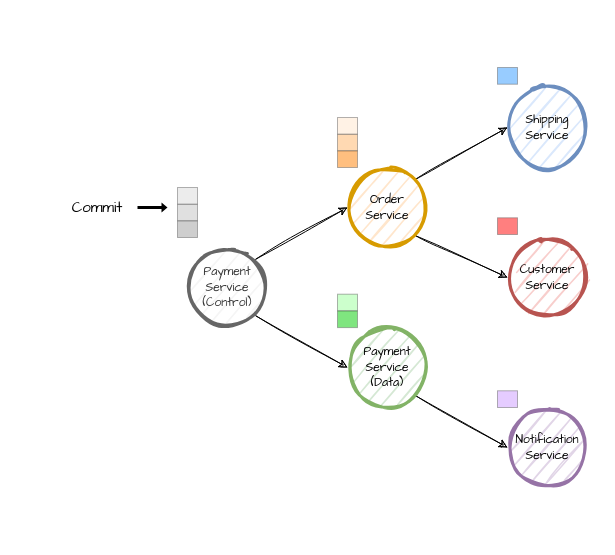
Above: page "tx-demo" (13 of 15) of img/diagram.drawio in ccchrunik/hierasaga (draw.io), before the change. Source tidied: cells renumbered, new cells numbered last; positions are measured from the earlier drawing's top-left corner, leaving out a move shared by most shapes. Both pictures are drawn from the tidied source at 100%, with x=0, y=0 at pixel (67, 67).
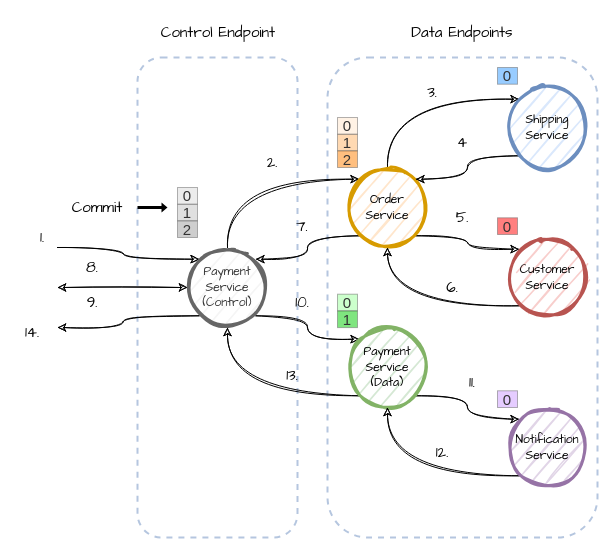
Above is the later version.

Unchanged cells that the change refers to:
```xml
<mxCell id="4" value="&lt;font face=&quot;Comic Sans MS&quot;&gt;Payment&lt;br&gt;Service&lt;br&gt;(Control)&lt;br&gt;&lt;/font&gt;" style="ellipse;whiteSpace=wrap;html=1;strokeWidth=3;fillColor=#f5f5f5;strokeColor=#666666;fontColor=#333333;sketch=1;" parent="1" vertex="1">
  <mxGeometry x="120" y="180" width="80" height="80" as="geometry" />
</mxCell>
<mxCell id="7" value="&lt;font face=&quot;Comic Sans MS&quot;&gt;Order&lt;br&gt;Service&lt;br&gt;&lt;/font&gt;" style="ellipse;whiteSpace=wrap;html=1;strokeWidth=3;fillColor=#ffe6cc;strokeColor=#d79b00;sketch=1;" parent="1" vertex="1">
  <mxGeometry x="280" y="100" width="80" height="80" as="geometry" />
</mxCell>
<mxCell id="9" value="&lt;font face=&quot;Comic Sans MS&quot;&gt;Payment&lt;br&gt;Service&lt;br&gt;(Data)&lt;br&gt;&lt;/font&gt;" style="ellipse;whiteSpace=wrap;html=1;strokeWidth=3;fillColor=#d5e8d4;strokeColor=#82b366;sketch=1;" parent="1" vertex="1">
  <mxGeometry x="280" y="260" width="80" height="80" as="geometry" />
</mxCell>
<mxCell id="10" value="&lt;font face=&quot;Comic Sans MS&quot;&gt;Shipping&lt;br&gt;Service&lt;br&gt;&lt;/font&gt;" style="ellipse;whiteSpace=wrap;html=1;strokeWidth=3;fillColor=#dae8fc;strokeColor=#6c8ebf;sketch=1;" parent="1" vertex="1">
  <mxGeometry x="440" y="20" width="80" height="80" as="geometry" />
</mxCell>
<mxCell id="11" value="&lt;font face=&quot;Comic Sans MS&quot;&gt;Customer&lt;br&gt;Service&lt;br&gt;&lt;/font&gt;" style="ellipse;whiteSpace=wrap;html=1;strokeWidth=3;fillColor=#f8cecc;strokeColor=#b85450;sketch=1;" parent="1" vertex="1">
  <mxGeometry x="440" y="170" width="80" height="80" as="geometry" />
</mxCell>
<mxCell id="12" value="&lt;font face=&quot;Comic Sans MS&quot;&gt;Notification&lt;br&gt;Service&lt;br&gt;&lt;/font&gt;" style="ellipse;whiteSpace=wrap;html=1;strokeWidth=3;fillColor=#e1d5e7;strokeColor=#9673a6;sketch=1;" parent="1" vertex="1">
  <mxGeometry x="440" y="340" width="80" height="80" as="geometry" />
</mxCell>
<mxCell id="13" style="group;sketch=0;" parent="1" vertex="1">
  <mxGeometry x="110" y="120" width="20" height="50" as="geometry" />
</mxCell>
<mxCell id="17" style="group;sketch=0;" parent="1" vertex="1">
  <mxGeometry x="270" y="50" width="20" height="50" as="geometry" />
</mxCell>
<mxCell id="23" style="group;" parent="1" vertex="1">
  <mxGeometry x="270" y="226.7" width="20" height="33.3" as="geometry" />
</mxCell>
```

Change to the diagram source:
```diff
@@
+    <mxCell id="29" style="rounded=1;whiteSpace=wrap;html=1;fillColor=none;strokeColor=#6c8ebf;sketch=0;opacity=50;strokeWidth=2;dashed=1;" parent="1" vertex="1">
+      <mxGeometry x="260" y="-10" width="270" height="480" as="geometry" />
+    </mxCell>
+    <mxCell id="30" style="rounded=1;whiteSpace=wrap;html=1;fillColor=none;strokeColor=#6c8ebf;sketch=0;opacity=50;strokeWidth=2;dashed=1;" parent="1" vertex="1">
+      <mxGeometry x="70" y="-10" width="160" height="480" as="geometry" />
+    </mxCell>
-    <mxCell id="2" style="edgeStyle=none;rounded=0;jettySize=auto;html=1;exitX=1;exitY=0;exitDx=0;exitDy=0;entryX=0;entryY=0.5;entryDx=0;entryDy=0;sketch=1;" parent="1" edge="1" source="4" target="7">
+    <mxCell id="2" style="edgeStyle=orthogonalEdgeStyle;curved=1;rounded=0;sketch=1;jettySize=auto;html=1;exitX=0.5;exitY=0;exitDx=0;exitDy=0;entryX=0;entryY=0;entryDx=0;entryDy=0;fontFamily=Comic Sans MS;fontSize=15;fontColor=none;endArrow=classic;endFill=1;" parent="1" edge="1" source="4" target="7">
       <mxGeometry relative="1" as="geometry" />
     </mxCell>
-    <mxCell id="3" style="edgeStyle=none;rounded=0;jettySize=auto;html=1;exitX=1;exitY=1;exitDx=0;exitDy=0;entryX=0;entryY=0.5;entryDx=0;entryDy=0;sketch=1;" parent="1" edge="1" source="4" target="9">
+    <mxCell id="3" style="edgeStyle=orthogonalEdgeStyle;curved=1;rounded=0;sketch=1;jettySize=auto;html=1;exitX=1;exitY=1;exitDx=0;exitDy=0;entryX=0;entryY=0;entryDx=0;entryDy=0;fontFamily=Comic Sans MS;fontSize=15;fontColor=none;endArrow=classic;endFill=1;" parent="1" edge="1" source="4" target="9">
       <mxGeometry relative="1" as="geometry" />
     </mxCell>
+    <mxCell id="31" style="edgeStyle=orthogonalEdgeStyle;curved=1;rounded=0;sketch=1;jettySize=auto;html=1;fontFamily=Comic Sans MS;fontSize=15;fontColor=none;endArrow=classic;endFill=1;entryX=0;entryY=0;entryDx=0;entryDy=0;" parent="1" edge="1" target="4">
+      <mxGeometry relative="1" as="geometry">
+        <mxPoint x="-10" y="180" as="sourcePoint" />
+      </mxGeometry>
+    </mxCell>
+    <mxCell id="32" style="edgeStyle=orthogonalEdgeStyle;curved=1;rounded=0;sketch=1;jettySize=auto;html=1;exitX=0;exitY=1;exitDx=0;exitDy=0;fontFamily=Comic Sans MS;fontSize=15;fontColor=none;endArrow=classic;endFill=1;entryX=0;entryY=1;entryDx=0;entryDy=0;" parent="1" edge="1" source="4">
+      <mxGeometry relative="1" as="geometry">
+        <mxPoint x="-10" y="260" as="targetPoint" />
+      </mxGeometry>
+    </mxCell>
+    <mxCell id="33" style="edgeStyle=orthogonalEdgeStyle;curved=1;rounded=0;sketch=1;jettySize=auto;html=1;exitX=0;exitY=0.5;exitDx=0;exitDy=0;fontFamily=Comic Sans MS;fontSize=15;fontColor=none;endArrow=classic;endFill=1;startArrow=classic;startFill=1;" parent="1" edge="1" source="4">
+      <mxGeometry relative="1" as="geometry">
+        <mxPoint x="-10" y="220" as="targetPoint" />
+      </mxGeometry>
+    </mxCell>
@@
-    <mxCell id="5" style="edgeStyle=none;rounded=0;jettySize=auto;html=1;exitX=1;exitY=0;exitDx=0;exitDy=0;entryX=0;entryY=0.5;entryDx=0;entryDy=0;sketch=1;" parent="1" edge="1" source="7" target="10">
+    <mxCell id="5" style="edgeStyle=orthogonalEdgeStyle;curved=1;rounded=0;sketch=1;jettySize=auto;html=1;exitX=0.5;exitY=0;exitDx=0;exitDy=0;entryX=0;entryY=0;entryDx=0;entryDy=0;fontFamily=Comic Sans MS;fontSize=15;fontColor=none;endArrow=classic;endFill=1;" parent="1" edge="1" source="7" target="10">
       <mxGeometry relative="1" as="geometry" />
     </mxCell>
-    <mxCell id="6" style="edgeStyle=none;rounded=0;jettySize=auto;html=1;exitX=1;exitY=1;exitDx=0;exitDy=0;entryX=0;entryY=0.5;entryDx=0;entryDy=0;sketch=1;" parent="1" edge="1" source="7" target="11">
+    <mxCell id="6" style="edgeStyle=orthogonalEdgeStyle;curved=1;rounded=0;sketch=1;jettySize=auto;html=1;exitX=1;exitY=1;exitDx=0;exitDy=0;entryX=0;entryY=0;entryDx=0;entryDy=0;fontFamily=Comic Sans MS;fontSize=15;fontColor=none;endArrow=classic;endFill=1;" parent="1" edge="1" source="7" target="11">
       <mxGeometry relative="1" as="geometry" />
     </mxCell>
+    <mxCell id="34" style="edgeStyle=orthogonalEdgeStyle;curved=1;rounded=0;sketch=1;jettySize=auto;html=1;exitX=0;exitY=1;exitDx=0;exitDy=0;entryX=1;entryY=0;entryDx=0;entryDy=0;fontFamily=Comic Sans MS;fontSize=15;fontColor=none;endArrow=classic;endFill=1;" parent="1" edge="1" source="7" target="4">
+      <mxGeometry relative="1" as="geometry" />
+    </mxCell>
@@
-    <mxCell id="8" style="edgeStyle=none;rounded=0;jettySize=auto;html=1;exitX=1;exitY=1;exitDx=0;exitDy=0;entryX=0;entryY=0.5;entryDx=0;entryDy=0;sketch=1;" parent="1" edge="1" source="9" target="12">
+    <mxCell id="8" style="edgeStyle=orthogonalEdgeStyle;curved=1;rounded=0;sketch=1;jettySize=auto;html=1;exitX=1;exitY=1;exitDx=0;exitDy=0;entryX=0;entryY=0;entryDx=0;entryDy=0;fontFamily=Comic Sans MS;fontSize=15;fontColor=none;endArrow=classic;endFill=1;" parent="1" edge="1" source="9" target="12">
       <mxGeometry relative="1" as="geometry" />
     </mxCell>
+    <mxCell id="35" style="edgeStyle=orthogonalEdgeStyle;curved=1;rounded=0;sketch=1;jettySize=auto;html=1;exitX=0;exitY=1;exitDx=0;exitDy=0;entryX=0.5;entryY=1;entryDx=0;entryDy=0;fontFamily=Comic Sans MS;fontSize=15;fontColor=none;endArrow=classic;endFill=1;" parent="1" edge="1" source="9" target="4">
+      <mxGeometry relative="1" as="geometry" />
+    </mxCell>
@@
+    <mxCell id="36" style="edgeStyle=orthogonalEdgeStyle;curved=1;rounded=0;sketch=1;jettySize=auto;html=1;exitX=0;exitY=1;exitDx=0;exitDy=0;entryX=1;entryY=0;entryDx=0;entryDy=0;fontFamily=Comic Sans MS;fontSize=15;fontColor=none;endArrow=classic;endFill=1;" parent="1" edge="1" source="10" target="7">
+      <mxGeometry relative="1" as="geometry" />
+    </mxCell>
@@
+    <mxCell id="37" style="edgeStyle=orthogonalEdgeStyle;curved=1;rounded=0;sketch=1;jettySize=auto;html=1;exitX=0;exitY=1;exitDx=0;exitDy=0;entryX=0.5;entryY=1;entryDx=0;entryDy=0;fontFamily=Comic Sans MS;fontSize=15;fontColor=none;endArrow=classic;endFill=1;" parent="1" edge="1" source="11" target="7">
+      <mxGeometry relative="1" as="geometry" />
+    </mxCell>
@@
+    <mxCell id="38" style="edgeStyle=orthogonalEdgeStyle;curved=1;rounded=0;sketch=1;jettySize=auto;html=1;exitX=0;exitY=1;exitDx=0;exitDy=0;entryX=0.5;entryY=1;entryDx=0;entryDy=0;fontFamily=Comic Sans MS;fontSize=15;fontColor=none;endArrow=classic;endFill=1;" parent="1" edge="1" source="12" target="9">
+      <mxGeometry relative="1" as="geometry" />
+    </mxCell>
@@
-    <mxCell id="14" style="rounded=0;whiteSpace=wrap;html=1;sketch=0;fontSize=15;strokeColor=#666666;fillColor=#C2C2C2;opacity=50;fontColor=#333333;" parent="13" vertex="1">
+    <mxCell id="14" value="1" style="rounded=0;whiteSpace=wrap;html=1;sketch=0;fontSize=15;strokeColor=#666666;fillColor=#C2C2C2;opacity=50;fontColor=#333333;" parent="13" vertex="1">
       <mxGeometry y="16.7" width="20" height="16.7" as="geometry" />
     </mxCell>
-    <mxCell id="15" style="rounded=0;whiteSpace=wrap;html=1;sketch=0;fontSize=15;strokeColor=#666666;fillColor=#D9D9D9;opacity=50;fontColor=#333333;" parent="13" vertex="1">
+    <mxCell id="15" value="0" style="rounded=0;whiteSpace=wrap;html=1;sketch=0;fontSize=15;strokeColor=#666666;fillColor=#D9D9D9;opacity=50;fontColor=#333333;" parent="13" vertex="1">
       <mxGeometry width="20" height="16.7" as="geometry" />
     </mxCell>
-    <mxCell id="16" style="rounded=0;whiteSpace=wrap;html=1;sketch=0;fontSize=15;strokeColor=#666666;fillColor=#9E9E9E;opacity=50;fontColor=#333333;" parent="13" vertex="1">
+    <mxCell id="16" value="2" style="rounded=0;whiteSpace=wrap;html=1;sketch=0;fontSize=15;strokeColor=#666666;fillColor=#9E9E9E;opacity=50;fontColor=#333333;" parent="13" vertex="1">
       <mxGeometry y="33.3" width="20" height="16.7" as="geometry" />
     </mxCell>
@@
-    <mxCell id="18" style="rounded=0;whiteSpace=wrap;html=1;sketch=0;fontSize=15;strokeColor=#666666;fillColor=#FFB366;opacity=50;fontColor=#333333;" parent="17" vertex="1">
+    <mxCell id="18" value="1" style="rounded=0;whiteSpace=wrap;html=1;sketch=0;fontSize=15;strokeColor=#666666;fillColor=#FFB366;opacity=50;fontColor=#333333;" parent="17" vertex="1">
       <mxGeometry y="16.7" width="20" height="16.7" as="geometry" />
     </mxCell>
-    <mxCell id="19" style="rounded=0;whiteSpace=wrap;html=1;sketch=0;fontSize=15;strokeColor=#666666;fillColor=#FFE6CC;opacity=50;fontColor=#333333;" parent="17" vertex="1">
+    <mxCell id="19" value="0" style="rounded=0;whiteSpace=wrap;html=1;sketch=0;fontSize=15;strokeColor=#666666;fillColor=#FFE6CC;opacity=50;fontColor=#333333;" parent="17" vertex="1">
       <mxGeometry width="20" height="16.7" as="geometry" />
     </mxCell>
-    <mxCell id="20" style="rounded=0;whiteSpace=wrap;html=1;sketch=0;fontSize=15;strokeColor=#666666;fillColor=#FF8000;opacity=50;fontColor=#333333;" parent="17" vertex="1">
+    <mxCell id="20" value="2" style="rounded=0;whiteSpace=wrap;html=1;sketch=0;fontSize=15;strokeColor=#666666;fillColor=#FF8000;opacity=50;fontColor=#333333;" parent="17" vertex="1">
       <mxGeometry y="33.3" width="20" height="16.7" as="geometry" />
     </mxCell>
-    <mxCell id="21" style="rounded=0;whiteSpace=wrap;html=1;sketch=0;fontSize=15;strokeColor=#666666;fillColor=#3399FF;opacity=50;fontColor=#333333;" parent="1" vertex="1">
+    <mxCell id="21" value="0" style="rounded=0;whiteSpace=wrap;html=1;sketch=0;fontSize=15;strokeColor=#666666;fillColor=#3399FF;opacity=50;fontColor=#333333;" parent="1" vertex="1">
       <mxGeometry x="430" width="20" height="16.7" as="geometry" />
     </mxCell>
-    <mxCell id="22" style="rounded=0;whiteSpace=wrap;html=1;sketch=0;fontSize=15;strokeColor=#666666;fillColor=#FF0000;opacity=50;fontColor=#333333;" parent="1" vertex="1">
+    <mxCell id="22" value="0" style="rounded=0;whiteSpace=wrap;html=1;sketch=0;fontSize=15;strokeColor=#666666;fillColor=#FF0000;opacity=50;fontColor=#333333;" parent="1" vertex="1">
       <mxGeometry x="430" y="150.3" width="20" height="16.7" as="geometry" />
     </mxCell>
@@
-    <mxCell id="24" style="rounded=0;whiteSpace=wrap;html=1;sketch=0;fontSize=15;strokeColor=#666666;fillColor=#99FF99;opacity=50;fontColor=#333333;" parent="23" vertex="1">
+    <mxCell id="24" value="0" style="rounded=0;whiteSpace=wrap;html=1;sketch=0;fontSize=15;strokeColor=#666666;fillColor=#99FF99;opacity=50;fontColor=#333333;" parent="23" vertex="1">
       <mxGeometry width="20" height="16.7" as="geometry" />
     </mxCell>
-    <mxCell id="25" style="rounded=0;whiteSpace=wrap;html=1;sketch=0;fontSize=15;strokeColor=#666666;fillColor=#00CC00;opacity=50;fontColor=#333333;" parent="23" vertex="1">
+    <mxCell id="25" value="1" style="rounded=0;whiteSpace=wrap;html=1;sketch=0;fontSize=15;strokeColor=#666666;fillColor=#00CC00;opacity=50;fontColor=#333333;" parent="23" vertex="1">
       <mxGeometry y="16.7" width="20" height="16.7" as="geometry" />
     </mxCell>
-    <mxCell id="26" style="rounded=0;whiteSpace=wrap;html=1;sketch=0;fontSize=15;strokeColor=#666666;fillColor=#CC99FF;opacity=50;fontColor=#333333;" parent="1" vertex="1">
+    <mxCell id="26" value="0" style="rounded=0;whiteSpace=wrap;html=1;sketch=0;fontSize=15;strokeColor=#666666;fillColor=#CC99FF;opacity=50;fontColor=#333333;" parent="1" vertex="1">
       <mxGeometry x="430" y="323.3" width="20" height="16.7" as="geometry" />
     </mxCell>
@@
+    <mxCell id="39" value="1." style="text;html=1;strokeColor=none;fillColor=none;align=center;verticalAlign=middle;whiteSpace=wrap;rounded=0;labelBackgroundColor=none;sketch=0;fontFamily=Comic Sans MS;fontSize=15;fontColor=none;" parent="1" vertex="1">
+      <mxGeometry x="-40" y="155" width="30" height="30" as="geometry" />
+    </mxCell>
+    <mxCell id="40" value="2." style="text;html=1;strokeColor=none;fillColor=none;align=center;verticalAlign=middle;whiteSpace=wrap;rounded=0;labelBackgroundColor=none;sketch=0;fontFamily=Comic Sans MS;fontSize=15;fontColor=none;" parent="1" vertex="1">
+      <mxGeometry x="190" y="80" width="30" height="30" as="geometry" />
+    </mxCell>
+    <mxCell id="41" value="3." style="text;html=1;strokeColor=none;fillColor=none;align=center;verticalAlign=middle;whiteSpace=wrap;rounded=0;labelBackgroundColor=none;sketch=0;fontFamily=Comic Sans MS;fontSize=15;fontColor=none;" parent="1" vertex="1">
+      <mxGeometry x="350" y="10" width="30" height="30" as="geometry" />
+    </mxCell>
+    <mxCell id="42" value="4" style="text;html=1;strokeColor=none;fillColor=none;align=center;verticalAlign=middle;whiteSpace=wrap;rounded=0;labelBackgroundColor=none;sketch=0;fontFamily=Comic Sans MS;fontSize=15;fontColor=none;" parent="1" vertex="1">
+      <mxGeometry x="380" y="60" width="30" height="30" as="geometry" />
+    </mxCell>
+    <mxCell id="43" value="5." style="text;html=1;strokeColor=none;fillColor=none;align=center;verticalAlign=middle;whiteSpace=wrap;rounded=0;labelBackgroundColor=none;sketch=0;fontFamily=Comic Sans MS;fontSize=15;fontColor=none;" parent="1" vertex="1">
+      <mxGeometry x="380" y="135" width="30" height="30" as="geometry" />
+    </mxCell>
+    <mxCell id="44" value="6." style="text;html=1;strokeColor=none;fillColor=none;align=center;verticalAlign=middle;whiteSpace=wrap;rounded=0;labelBackgroundColor=none;sketch=0;fontFamily=Comic Sans MS;fontSize=15;fontColor=none;" parent="1" vertex="1">
+      <mxGeometry x="370" y="205" width="30" height="30" as="geometry" />
+    </mxCell>
+    <mxCell id="45" value="7." style="text;html=1;strokeColor=none;fillColor=none;align=center;verticalAlign=middle;whiteSpace=wrap;rounded=0;labelBackgroundColor=none;sketch=0;fontFamily=Comic Sans MS;fontSize=15;fontColor=none;" parent="1" vertex="1">
+      <mxGeometry x="220" y="143.7" width="30" height="30" as="geometry" />
+    </mxCell>
+    <mxCell id="46" value="8." style="text;html=1;strokeColor=none;fillColor=none;align=center;verticalAlign=middle;whiteSpace=wrap;rounded=0;labelBackgroundColor=none;sketch=0;fontFamily=Comic Sans MS;fontSize=15;fontColor=none;" parent="1" vertex="1">
+      <mxGeometry x="10" y="185" width="30" height="30" as="geometry" />
+    </mxCell>
+    <mxCell id="47" value="9." style="text;html=1;strokeColor=none;fillColor=none;align=center;verticalAlign=middle;whiteSpace=wrap;rounded=0;labelBackgroundColor=none;sketch=0;fontFamily=Comic Sans MS;fontSize=15;fontColor=none;" parent="1" vertex="1">
+      <mxGeometry x="10" y="220" width="30" height="30" as="geometry" />
+    </mxCell>
+    <mxCell id="48" value="10." style="text;html=1;strokeColor=none;fillColor=none;align=center;verticalAlign=middle;whiteSpace=wrap;rounded=0;labelBackgroundColor=none;sketch=0;fontFamily=Comic Sans MS;fontSize=15;fontColor=none;" parent="1" vertex="1">
+      <mxGeometry x="220" y="220" width="30" height="30" as="geometry" />
+    </mxCell>
+    <mxCell id="49" value="11." style="text;html=1;strokeColor=none;fillColor=none;align=center;verticalAlign=middle;whiteSpace=wrap;rounded=0;labelBackgroundColor=none;sketch=0;fontFamily=Comic Sans MS;fontSize=15;fontColor=none;" parent="1" vertex="1">
+      <mxGeometry x="390" y="300" width="30" height="30" as="geometry" />
+    </mxCell>
+    <mxCell id="50" value="12." style="text;html=1;strokeColor=none;fillColor=none;align=center;verticalAlign=middle;whiteSpace=wrap;rounded=0;labelBackgroundColor=none;sketch=0;fontFamily=Comic Sans MS;fontSize=15;fontColor=none;" parent="1" vertex="1">
+      <mxGeometry x="360" y="370" width="30" height="30" as="geometry" />
+    </mxCell>
+    <mxCell id="51" value="13." style="text;html=1;strokeColor=none;fillColor=none;align=center;verticalAlign=middle;whiteSpace=wrap;rounded=0;labelBackgroundColor=none;sketch=0;fontFamily=Comic Sans MS;fontSize=15;fontColor=none;" parent="1" vertex="1">
+      <mxGeometry x="210" y="293.3" width="30" height="30" as="geometry" />
+    </mxCell>
+    <mxCell id="52" value="14." style="text;html=1;strokeColor=none;fillColor=none;align=center;verticalAlign=middle;whiteSpace=wrap;rounded=0;labelBackgroundColor=none;sketch=0;fontFamily=Comic Sans MS;fontSize=15;fontColor=none;" parent="1" vertex="1">
+      <mxGeometry x="-50" y="250" width="30" height="30" as="geometry" />
+    </mxCell>
+    <mxCell id="53" value="Control Endpoint" style="text;html=1;strokeColor=none;fillColor=none;align=center;verticalAlign=middle;whiteSpace=wrap;rounded=0;dashed=1;labelBackgroundColor=none;sketch=0;fontFamily=Comic Sans MS;fontSize=15;fontColor=none;" parent="1" vertex="1">
+      <mxGeometry x="81" y="-50" width="140" height="30" as="geometry" />
+    </mxCell>
+    <mxCell id="54" value="Data Endpoints" style="text;html=1;strokeColor=none;fillColor=none;align=center;verticalAlign=middle;whiteSpace=wrap;rounded=0;dashed=1;labelBackgroundColor=none;sketch=0;fontFamily=Comic Sans MS;fontSize=15;fontColor=none;" parent="1" vertex="1">
+      <mxGeometry x="335" y="-50" width="120" height="30" as="geometry" />
+    </mxCell>
```
